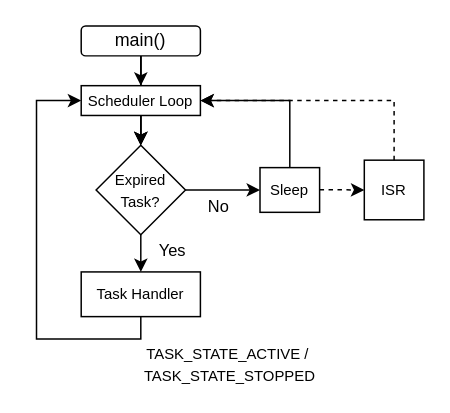
Above: docs/img/sleep_int.drawio in elemprod/lptask (draw.io), before the change. Source tidied: cells renumbered, new cells numbered last; positions are measured from the earlier drawing's top-left corner, leaving out a move shared by most shapes. Both pictures are drawn from the tidied source at 149%, with x=0, y=0 at pixel (36, 25).
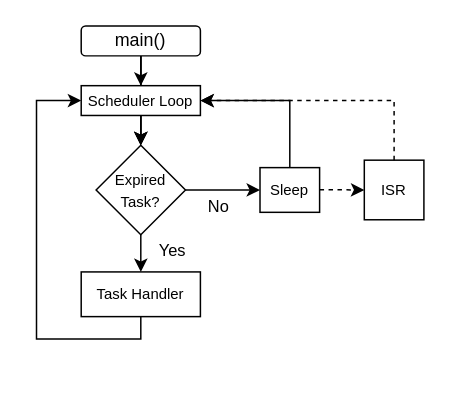
Above is the later version.

What changed in the source:
```diff
@@
-    <mxCell id="18" value="&lt;font style=&quot;font-size: 10px;&quot;&gt;TASK_STATE_ACTIVE /&amp;nbsp;&lt;/font&gt;" style="text;html=1;strokeColor=none;fillColor=none;align=center;verticalAlign=middle;whiteSpace=wrap;rounded=0;" parent="1" vertex="1">
-      <mxGeometry y="210" width="260" height="20" as="geometry" />
-    </mxCell>
-    <mxCell id="19" style="edgeStyle=orthogonalEdgeStyle;rounded=0;orthogonalLoop=1;jettySize=auto;html=1;exitX=0.5;exitY=1;exitDx=0;exitDy=0;" parent="1" edge="1" source="18" target="18">
-      <mxGeometry relative="1" as="geometry" />
+    <mxCell id="19" style="edgeStyle=orthogonalEdgeStyle;rounded=0;orthogonalLoop=1;jettySize=auto;html=1;exitX=0.5;exitY=1;exitDx=0;exitDy=0;" parent="1" edge="1">
+      <mxGeometry relative="1" as="geometry">
+        <mxPoint x="130" y="230" as="sourcePoint" />
+        <mxPoint x="130" y="230" as="targetPoint" />
+      </mxGeometry>
     </mxCell>
-    <mxCell id="20" value="&lt;font style=&quot;font-size: 10px;&quot;&gt;TASK_STATE_STOPPED&lt;br&gt;&lt;/font&gt;" style="text;html=1;strokeColor=none;fillColor=none;align=center;verticalAlign=middle;whiteSpace=wrap;rounded=0;" parent="1" vertex="1">
-      <mxGeometry y="230" width="260" height="10" as="geometry" />
-    </mxCell>
```
